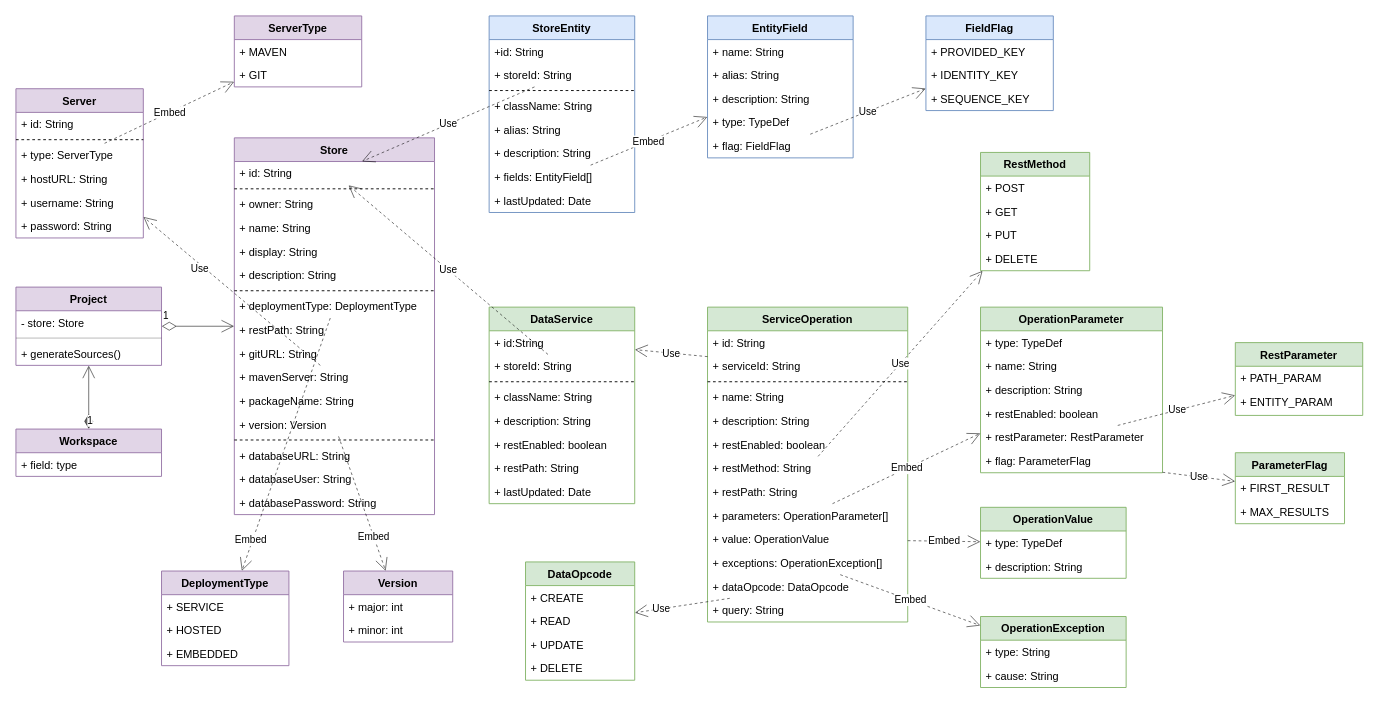
The draw.io diagram page "API Gateway Meta" (1 of 8) of doc/diagrams.drawio in js-lib-com/tiny-store, before the edit. Source tidied: cells renumbered, new cells numbered last; positions are measured from the earlier drawing's top-left corner, leaving out a move shared by most shapes. Both pictures are drawn from the tidied source at 91%, with x=0, y=0 at pixel (15, 15).
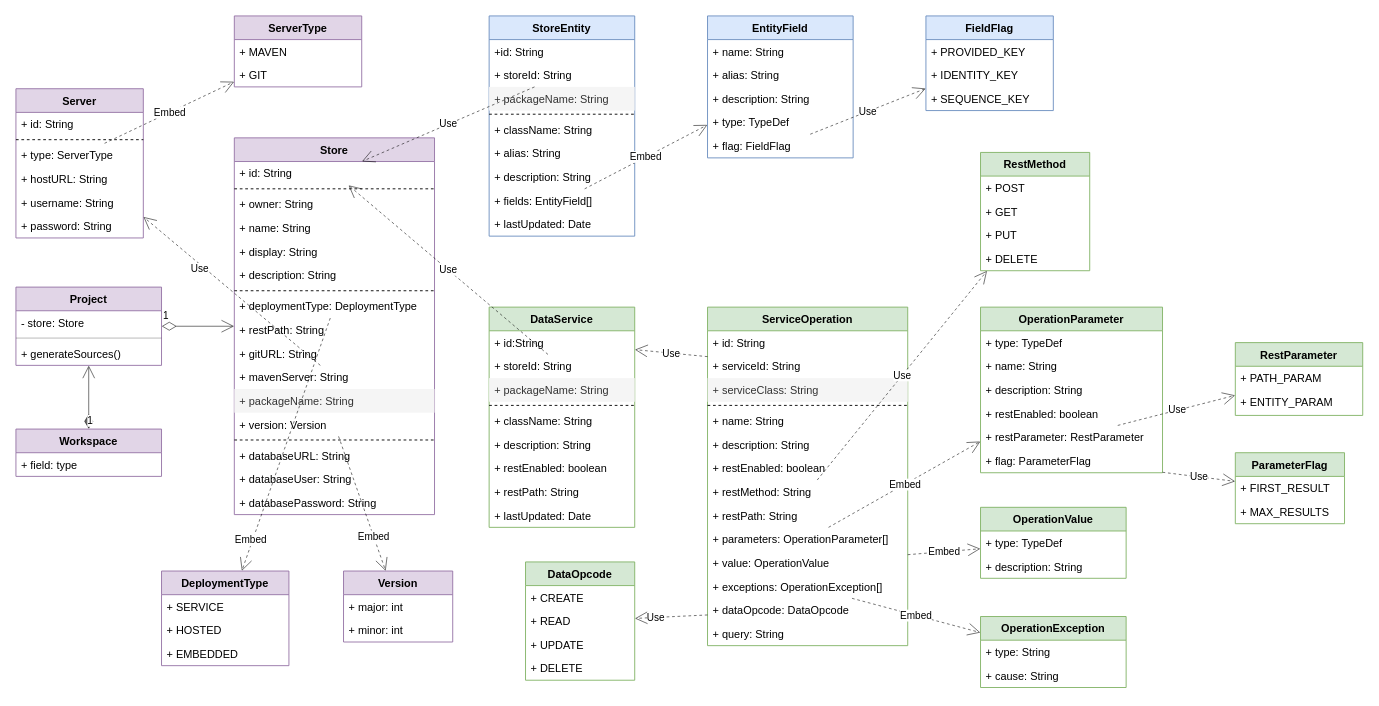
The same page after the edit.

The change refers to these unchanged cells:
```xml
<mxCell id="2" value="Store" style="swimlane;fontStyle=1;align=center;verticalAlign=top;horizontal=1;startSize=26;rounded=0;fillColor=#e1d5e7;strokeColor=#9673a6;" parent="1" vertex="1">
  <mxGeometry x="240" y="134" width="220" height="414" as="geometry" />
</mxCell>
```

Change to the diagram source:
```diff
@@
-    <mxCell id="14" value="+ packageName: String" style="text;strokeColor=none;fillColor=none;align=left;verticalAlign=top;spacingLeft=4;spacingRight=4;overflow=hidden;rounded=0;opacity=30;" parent="2" vertex="1">
+    <mxCell id="14" value="+ packageName: String" style="text;strokeColor=none;fillColor=#f5f5f5;align=left;verticalAlign=top;spacingLeft=4;spacingRight=4;overflow=hidden;rounded=0;fontColor=#333333;" parent="2" vertex="1">
       <mxGeometry y="276" width="220" height="26" as="geometry" />
     </mxCell>
@@
     <mxCell id="20" value="StoreEntity" style="swimlane;fontStyle=1;align=center;verticalAlign=top;horizontal=1;startSize=26;rounded=0;fillColor=#dae8fc;strokeColor=#6c8ebf;" parent="1" vertex="1">
-      <mxGeometry x="520" width="160" height="216" as="geometry" />
+      <mxGeometry x="520" width="160" height="242" as="geometry" />
     </mxCell>
@@
+    <mxCell id="132" value="+ packageName: String" style="text;strokeColor=none;fillColor=#f5f5f5;align=left;verticalAlign=top;spacingLeft=4;spacingRight=4;overflow=hidden;fontStyle=0;fontColor=#333333;" parent="20" vertex="1">
+      <mxGeometry y="78" width="160" height="26" as="geometry" />
+    </mxCell>
     <mxCell id="23" style="line;strokeWidth=1;fillColor=none;align=left;verticalAlign=middle;spacingTop=-1;spacingLeft=3;spacingRight=3;labelPosition=right;dashed=1;" parent="20" vertex="1">
-      <mxGeometry y="78" width="160" height="8" as="geometry" />
+      <mxGeometry y="104" width="160" height="8" as="geometry" />
     </mxCell>
     <mxCell id="24" value="+ className: String" style="text;strokeColor=none;fillColor=none;align=left;verticalAlign=top;spacingLeft=4;spacingRight=4;overflow=hidden;rounded=0;opacity=30;" parent="20" vertex="1">
-      <mxGeometry y="86" width="160" height="26" as="geometry" />
+      <mxGeometry y="112" width="160" height="26" as="geometry" />
     </mxCell>
     <mxCell id="25" value="+ alias: String" style="text;strokeColor=none;fillColor=none;align=left;verticalAlign=top;spacingLeft=4;spacingRight=4;overflow=hidden;rounded=0;opacity=30;" parent="20" vertex="1">
-      <mxGeometry y="112" width="160" height="26" as="geometry" />
+      <mxGeometry y="138" width="160" height="26" as="geometry" />
     </mxCell>
     <mxCell id="26" value="+ description: String" style="text;strokeColor=none;fillColor=none;align=left;verticalAlign=top;spacingLeft=4;spacingRight=4;overflow=hidden;rounded=0;opacity=30;" parent="20" vertex="1">
-      <mxGeometry y="138" width="160" height="26" as="geometry" />
+      <mxGeometry y="164" width="160" height="26" as="geometry" />
     </mxCell>
     <mxCell id="27" value="+ fields: EntityField[]" style="text;strokeColor=none;fillColor=none;align=left;verticalAlign=top;spacingLeft=4;spacingRight=4;overflow=hidden;points=[[0,0.5],[1,0.5]];portConstraint=eastwest;rounded=0;opacity=30;" parent="20" vertex="1">
-      <mxGeometry y="164" width="160" height="26" as="geometry" />
+      <mxGeometry y="190" width="160" height="26" as="geometry" />
     </mxCell>
     <mxCell id="28" value="+ lastUpdated: Date" style="text;strokeColor=none;fillColor=none;align=left;verticalAlign=top;spacingLeft=4;spacingRight=4;overflow=hidden;" parent="20" vertex="1">
-      <mxGeometry y="190" width="160" height="26" as="geometry" />
+      <mxGeometry y="216" width="160" height="26" as="geometry" />
     </mxCell>
     <mxCell id="29" value="DataService" style="swimlane;fontStyle=1;align=center;verticalAlign=top;horizontal=1;startSize=26;rounded=0;fillColor=#d5e8d4;strokeColor=#82b366;" parent="1" vertex="1">
-      <mxGeometry x="520" y="320" width="160" height="216" as="geometry" />
+      <mxGeometry x="520" y="320" width="160" height="242" as="geometry" />
     </mxCell>
@@
+    <mxCell id="133" value="+ packageName: String" style="text;strokeColor=none;fillColor=#f5f5f5;align=left;verticalAlign=top;spacingLeft=4;spacingRight=4;overflow=hidden;fontStyle=0;fontColor=#333333;" parent="29" vertex="1">
+      <mxGeometry y="78" width="160" height="26" as="geometry" />
+    </mxCell>
     <mxCell id="32" style="line;strokeWidth=1;fillColor=none;align=left;verticalAlign=middle;spacingTop=-1;spacingLeft=3;spacingRight=3;labelPosition=right;dashed=1;" parent="29" vertex="1">
-      <mxGeometry y="78" width="160" height="8" as="geometry" />
+      <mxGeometry y="104" width="160" height="8" as="geometry" />
     </mxCell>
     <mxCell id="33" value="+ className: String" style="text;strokeColor=none;fillColor=none;align=left;verticalAlign=top;spacingLeft=4;spacingRight=4;overflow=hidden;rounded=0;opacity=30;" parent="29" vertex="1">
-      <mxGeometry y="86" width="160" height="26" as="geometry" />
+      <mxGeometry y="112" width="160" height="26" as="geometry" />
     </mxCell>
     <mxCell id="34" value="+ description: String" style="text;strokeColor=none;fillColor=none;align=left;verticalAlign=top;spacingLeft=4;spacingRight=4;overflow=hidden;rounded=0;opacity=30;" parent="29" vertex="1">
-      <mxGeometry y="112" width="160" height="26" as="geometry" />
+      <mxGeometry y="138" width="160" height="26" as="geometry" />
     </mxCell>
     <mxCell id="35" value="+ restEnabled: boolean" style="text;strokeColor=none;fillColor=none;align=left;verticalAlign=top;spacingLeft=4;spacingRight=4;overflow=hidden;" parent="29" vertex="1">
-      <mxGeometry y="138" width="160" height="26" as="geometry" />
+      <mxGeometry y="164" width="160" height="26" as="geometry" />
     </mxCell>
     <mxCell id="36" value="+ restPath: String" style="text;strokeColor=none;fillColor=none;align=left;verticalAlign=top;spacingLeft=4;spacingRight=4;overflow=hidden;rounded=0;opacity=30;" parent="29" vertex="1">
-      <mxGeometry y="164" width="160" height="26" as="geometry" />
+      <mxGeometry y="190" width="160" height="26" as="geometry" />
     </mxCell>
     <mxCell id="37" value="+ lastUpdated: Date" style="text;strokeColor=none;fillColor=none;align=left;verticalAlign=top;spacingLeft=4;spacingRight=4;overflow=hidden;" parent="29" vertex="1">
-      <mxGeometry y="190" width="160" height="26" as="geometry" />
+      <mxGeometry y="216" width="160" height="26" as="geometry" />
     </mxCell>
@@
     <mxCell id="54" value="ServiceOperation" style="swimlane;fontStyle=1;align=center;verticalAlign=top;horizontal=1;startSize=26;rounded=0;fillColor=#d5e8d4;strokeColor=#82b366;" parent="1" vertex="1">
-      <mxGeometry x="760" y="320" width="220" height="346" as="geometry" />
+      <mxGeometry x="760" y="320" width="220" height="372" as="geometry" />
     </mxCell>
@@
+    <mxCell id="134" value="+ serviceClass: String" style="text;strokeColor=none;fillColor=#f5f5f5;align=left;verticalAlign=top;spacingLeft=4;spacingRight=4;overflow=hidden;fontStyle=0;fontColor=#333333;" parent="54" vertex="1">
+      <mxGeometry y="78" width="220" height="26" as="geometry" />
+    </mxCell>
     <mxCell id="57" style="line;strokeWidth=1;fillColor=none;align=left;verticalAlign=middle;spacingTop=-1;spacingLeft=3;spacingRight=3;labelPosition=right;dashed=1;" parent="54" vertex="1">
-      <mxGeometry y="78" width="220" height="8" as="geometry" />
+      <mxGeometry y="104" width="220" height="8" as="geometry" />
     </mxCell>
     <mxCell id="58" value="+ name: String" style="text;strokeColor=none;fillColor=none;align=left;verticalAlign=top;spacingLeft=4;spacingRight=4;overflow=hidden;rounded=0;opacity=30;" parent="54" vertex="1">
-      <mxGeometry y="86" width="220" height="26" as="geometry" />
+      <mxGeometry y="112" width="220" height="26" as="geometry" />
     </mxCell>
     <mxCell id="59" value="+ description: String" style="text;strokeColor=none;fillColor=none;align=left;verticalAlign=top;spacingLeft=4;spacingRight=4;overflow=hidden;" parent="54" vertex="1">
-      <mxGeometry y="112" width="220" height="26" as="geometry" />
+      <mxGeometry y="138" width="220" height="26" as="geometry" />
     </mxCell>
     <mxCell id="60" value="+ restEnabled: boolean" style="text;strokeColor=none;fillColor=none;align=left;verticalAlign=top;spacingLeft=4;spacingRight=4;overflow=hidden;" parent="54" vertex="1">
-      <mxGeometry y="138" width="220" height="26" as="geometry" />
+      <mxGeometry y="164" width="220" height="26" as="geometry" />
     </mxCell>
     <mxCell id="61" value="+ restMethod: String" style="text;strokeColor=none;fillColor=none;align=left;verticalAlign=top;spacingLeft=4;spacingRight=4;overflow=hidden;points=[[0,0.5],[1,0.5]];portConstraint=eastwest;rounded=0;opacity=30;" parent="54" vertex="1">
-      <mxGeometry y="164" width="220" height="26" as="geometry" />
+      <mxGeometry y="190" width="220" height="26" as="geometry" />
     </mxCell>
     <mxCell id="62" value="+ restPath: String" style="text;strokeColor=none;fillColor=none;align=left;verticalAlign=top;spacingLeft=4;spacingRight=4;overflow=hidden;" parent="54" vertex="1">
-      <mxGeometry y="190" width="220" height="26" as="geometry" />
+      <mxGeometry y="216" width="220" height="26" as="geometry" />
     </mxCell>
     <mxCell id="63" value="+ parameters: OperationParameter[]" style="text;strokeColor=none;fillColor=none;align=left;verticalAlign=top;spacingLeft=4;spacingRight=4;overflow=hidden;points=[[0,0.5],[1,0.5]];portConstraint=eastwest;" parent="54" vertex="1">
-      <mxGeometry y="216" width="220" height="26" as="geometry" />
+      <mxGeometry y="242" width="220" height="26" as="geometry" />
     </mxCell>
     <mxCell id="64" value="+ value: OperationValue" style="text;strokeColor=none;fillColor=none;align=left;verticalAlign=top;spacingLeft=4;spacingRight=4;overflow=hidden;points=[[0,0.5],[1,0.5]];portConstraint=eastwest;" parent="54" vertex="1">
-      <mxGeometry y="242" width="220" height="26" as="geometry" />
+      <mxGeometry y="268" width="220" height="26" as="geometry" />
     </mxCell>
     <mxCell id="65" value="+ exceptions: OperationException[]" style="text;strokeColor=none;fillColor=none;align=left;verticalAlign=top;spacingLeft=4;spacingRight=4;overflow=hidden;points=[[0,0.5],[1,0.5]];portConstraint=eastwest;" parent="54" vertex="1">
-      <mxGeometry y="268" width="220" height="26" as="geometry" />
+      <mxGeometry y="294" width="220" height="26" as="geometry" />
     </mxCell>
     <mxCell id="66" value="+ dataOpcode: DataOpcode" style="text;strokeColor=none;fillColor=none;align=left;verticalAlign=top;spacingLeft=4;spacingRight=4;overflow=hidden;points=[[0,0.5],[1,0.5]];portConstraint=eastwest;" parent="54" vertex="1">
-      <mxGeometry y="294" width="220" height="26" as="geometry" />
+      <mxGeometry y="320" width="220" height="26" as="geometry" />
     </mxCell>
     <mxCell id="67" value="+ query: String" style="text;strokeColor=none;fillColor=none;align=left;verticalAlign=top;spacingLeft=4;spacingRight=4;overflow=hidden;" parent="54" vertex="1">
-      <mxGeometry y="320" width="220" height="26" as="geometry" />
+      <mxGeometry y="346" width="220" height="26" as="geometry" />
     </mxCell>
```
